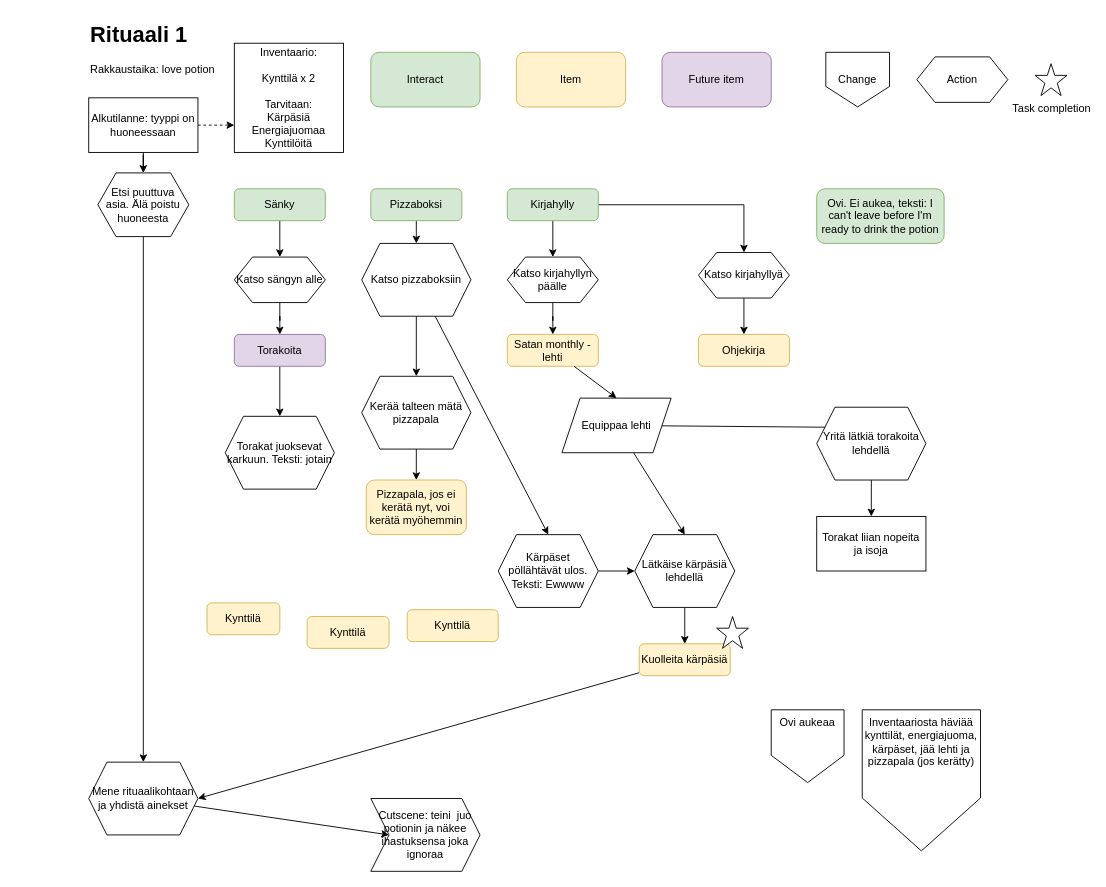
Earlier version of the draw.io diagram Rituaali1.drawio (nallemi/manaaja). Source tidied: cells renumbered, new cells numbered last; positions are measured from the earlier drawing's top-left corner, leaving out a move shared by most shapes. Both pictures are drawn from the tidied source at 91%, with x=0, y=0 at pixel (88, 15).
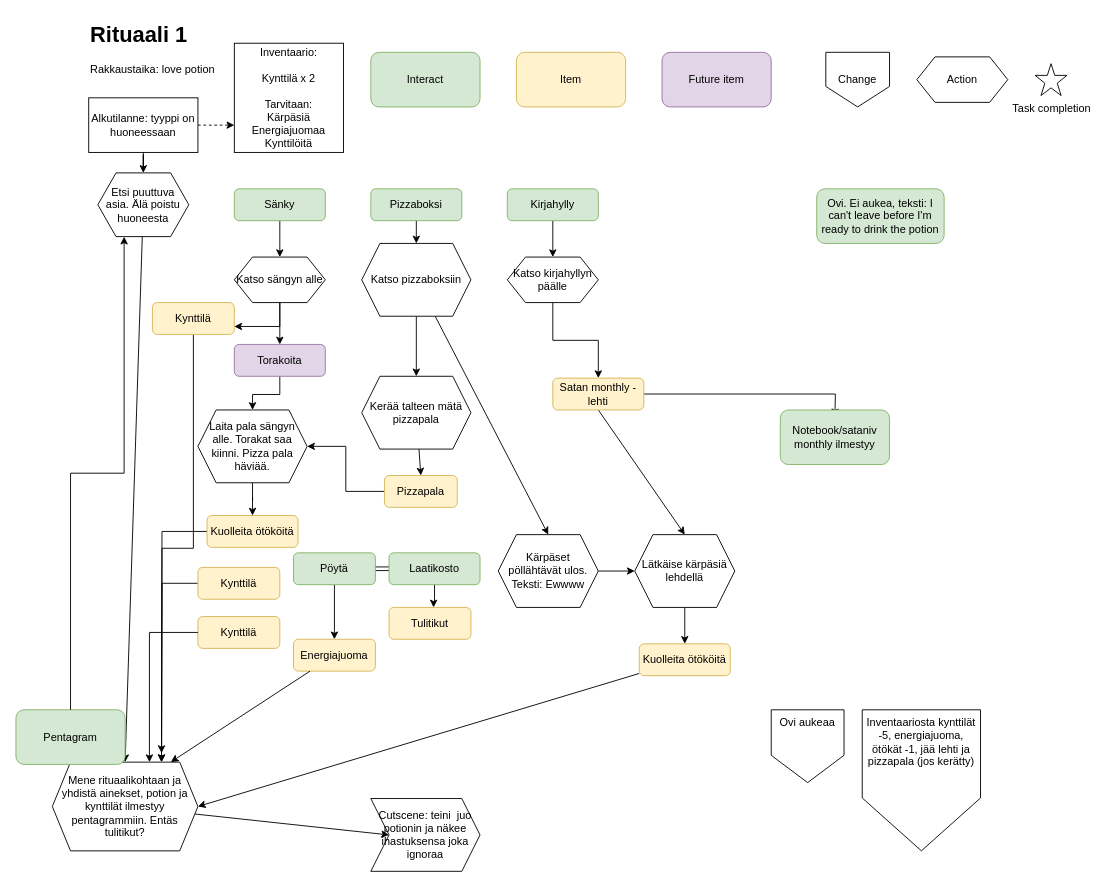
The same page after the edit.

The change refers to these unchanged cells:
```xml
<mxCell id="8" value="Etsi puuttuva asia. Älä poistu huoneesta" style="shape=hexagon;perimeter=hexagonPerimeter2;whiteSpace=wrap;html=1;shapeInside=1;fixedSize=1;" parent="1" vertex="1">
  <mxGeometry x="10" y="172.5" width="100" height="70" as="geometry" />
</mxCell>
<mxCell id="19" value="Katso sängyn alle" style="shape=hexagon;perimeter=hexagonPerimeter2;whiteSpace=wrap;html=1;shapeInside=1;fixedSize=1;" parent="1" vertex="1">
  <mxGeometry x="160" y="265" width="100" height="50" as="geometry" />
</mxCell>
<mxCell id="28" value="Kirjahylly" style="rounded=1;whiteSpace=wrap;html=1;roundedPerimeter=1;fillColor=#d5e8d4;strokeColor=#82b366;" parent="1" vertex="1">
  <mxGeometry x="460" y="190" width="100" height="35" as="geometry" />
</mxCell>
<mxCell id="40" value="Lätkäise kärpäsiä lehdellä" style="shape=hexagon;perimeter=hexagonPerimeter2;whiteSpace=wrap;html=1;shapeInside=1;fixedSize=1;" parent="1" vertex="1">
  <mxGeometry x="600" y="570" width="110" height="80" as="geometry" />
</mxCell>
```

Diff of the diagram source:
```diff
@@
     <mxCell id="14" value="Torakoita" style="rounded=1;whiteSpace=wrap;html=1;roundedPerimeter=1;fillColor=#e1d5e7;strokeColor=#9673a6;" parent="1" vertex="1">
-      <mxGeometry x="160" y="350" width="100" height="35" as="geometry" />
+      <mxGeometry x="160" y="361" width="100" height="35" as="geometry" />
     </mxCell>
@@
+    <mxCell id="62" style="edgeStyle=orthogonalEdgeStyle;rounded=0;jettySize=auto;html=1;entryX=1;entryY=0.75;entryDx=0;entryDy=0;" parent="1" edge="1" source="19" target="60">
+      <mxGeometry relative="1" as="geometry" />
+    </mxCell>
@@
+    <mxCell id="63" style="edgeStyle=orthogonalEdgeStyle;rounded=0;jettySize=auto;html=1;entryX=0.5;entryY=0;entryDx=0;entryDy=0;" parent="1" edge="1" source="20" target="79">
+      <mxGeometry relative="1" as="geometry" />
+    </mxCell>
-    <mxCell id="20" value="Torakat juoksevat karkuun. Teksti: jotain" style="shape=hexagon;perimeter=hexagonPerimeter2;whiteSpace=wrap;html=1;shapeInside=1;fixedSize=1;" parent="1" vertex="1">
-      <mxGeometry x="150" y="440" width="120" height="80" as="geometry" />
+    <mxCell id="20" value="Laita pala sängyn alle. Torakat saa kiinni. Pizza pala häviää." style="shape=hexagon;perimeter=hexagonPerimeter2;whiteSpace=wrap;html=1;shapeInside=1;fixedSize=1;" parent="1" vertex="1">
+      <mxGeometry x="120" y="433" width="120" height="80" as="geometry" />
     </mxCell>
-    <mxCell id="21" style="rounded=0;jettySize=auto;html=1;entryX=0.5;entryY=0;entryDx=0;entryDy=0;" parent="1" edge="1" source="43" target="40">
+    <mxCell id="21" style="rounded=0;jettySize=auto;html=1;entryX=0.5;entryY=0;entryDx=0;entryDy=0;exitX=0.5;exitY=1;exitDx=0;exitDy=0;" parent="1" edge="1" source="22" target="40">
       <mxGeometry relative="1" as="geometry" />
     </mxCell>
+    <mxCell id="64" style="edgeStyle=orthogonalEdgeStyle;rounded=0;jettySize=auto;html=1;" parent="1" edge="1" source="22">
+      <mxGeometry relative="1" as="geometry">
+        <mxPoint x="820" y="440" as="targetPoint" />
+      </mxGeometry>
+    </mxCell>
     <mxCell id="22" value="Satan monthly -lehti" style="rounded=1;whiteSpace=wrap;html=1;roundedPerimeter=1;fillColor=#fff2cc;strokeColor=#d6b656;" parent="1" vertex="1">
-      <mxGeometry x="460" y="350" width="100" height="35" as="geometry" />
+      <mxGeometry x="510" y="398" width="100" height="35" as="geometry" />
     </mxCell>
@@
+    <mxCell id="65" style="edgeStyle=orthogonalEdgeStyle;rounded=0;jettySize=auto;html=1;" parent="1" edge="1" source="25" target="20">
+      <mxGeometry relative="1" as="geometry" />
+    </mxCell>
-    <mxCell id="25" value="Pizzapala, jos ei kerätä nyt, voi kerätä myöhemmin" style="rounded=1;whiteSpace=wrap;html=1;roundedPerimeter=1;fillColor=#fff2cc;strokeColor=#d6b656;" parent="1" vertex="1">
-      <mxGeometry x="305" y="510" width="110" height="60" as="geometry" />
+    <mxCell id="25" value="Pizzapala" style="rounded=1;whiteSpace=wrap;html=1;roundedPerimeter=1;fillColor=#fff2cc;strokeColor=#d6b656;" parent="1" vertex="1">
+      <mxGeometry x="325" y="505" width="80" height="35" as="geometry" />
     </mxCell>
@@
-    <mxCell id="27" style="edgeStyle=orthogonalEdgeStyle;rounded=0;jettySize=auto;html=1;entryX=0.5;entryY=0;entryDx=0;entryDy=0;" parent="1" edge="1" source="28" target="33">
-      <mxGeometry relative="1" as="geometry" />
-    </mxCell>
@@
-    <mxCell id="31" value="Ohjekirja" style="rounded=1;whiteSpace=wrap;html=1;roundedPerimeter=1;fillColor=#fff2cc;strokeColor=#d6b656;" parent="1" vertex="1">
-      <mxGeometry x="670" y="350" width="100" height="35" as="geometry" />
-    </mxCell>
-    <mxCell id="32" style="edgeStyle=orthogonalEdgeStyle;rounded=0;jettySize=auto;html=1;" parent="1" edge="1" source="33" target="31">
-      <mxGeometry relative="1" as="geometry" />
-    </mxCell>
-    <mxCell id="33" value="Katso kirjahyllyä" style="shape=hexagon;perimeter=hexagonPerimeter2;whiteSpace=wrap;html=1;shapeInside=1;fixedSize=1;" parent="1" vertex="1">
-      <mxGeometry x="670" y="260" width="100" height="50" as="geometry" />
-    </mxCell>
@@
-    <mxCell id="41" style="rounded=0;jettySize=auto;html=1;entryX=0.5;entryY=0;entryDx=0;entryDy=0;" parent="1" edge="1" source="22" target="43">
-      <mxGeometry relative="1" as="geometry" />
-    </mxCell>
-    <mxCell id="42" style="rounded=0;jettySize=auto;html=1;entryX=1;entryY=0.25;entryDx=0;entryDy=0;" parent="1" edge="1" source="43" target="45">
-      <mxGeometry relative="1" as="geometry" />
-    </mxCell>
-    <mxCell id="43" value="Equippaa lehti" style="shape=parallelogram;perimeter=parallelogramPerimeter;whiteSpace=wrap;html=1;shapeInside=1;fixedSize=1;" parent="1" vertex="1">
-      <mxGeometry x="520" y="420" width="120" height="60" as="geometry" />
-    </mxCell>
-    <mxCell id="44" style="edgeStyle=orthogonalEdgeStyle;rounded=0;jettySize=auto;html=1;entryX=0.5;entryY=0;entryDx=0;entryDy=0;" parent="1" edge="1" source="45" target="48">
-      <mxGeometry relative="1" as="geometry" />
-    </mxCell>
-    <mxCell id="45" value="Yritä lätkiä torakoita lehdellä" style="shape=hexagon;perimeter=hexagonPerimeter2;whiteSpace=wrap;html=1;shapeInside=1;fixedSize=1;" parent="1" vertex="1">
-      <mxGeometry x="800" y="430" width="120" height="80" as="geometry" />
-    </mxCell>
@@
-    <mxCell id="47" value="Kuolleita kärpäsiä" style="rounded=1;whiteSpace=wrap;html=1;roundedPerimeter=1;fillColor=#fff2cc;strokeColor=#d6b656;" parent="1" vertex="1">
+    <mxCell id="47" value="Kuolleita ötököitä" style="rounded=1;whiteSpace=wrap;html=1;roundedPerimeter=1;fillColor=#fff2cc;strokeColor=#d6b656;" parent="1" vertex="1">
       <mxGeometry x="605" y="690" width="100" height="35" as="geometry" />
     </mxCell>
-    <mxCell id="48" value="Torakat liian nopeita ja isoja" style="rounded=0;whiteSpace=wrap;html=1;" parent="1" vertex="1">
-      <mxGeometry x="800" y="550" width="120" height="60" as="geometry" />
-    </mxCell>
-    <mxCell id="49" style="verticalLabelPosition=bottom;verticalAlign=top;html=1;shape=mxgraph.basic.star;" parent="1" vertex="1">
-      <mxGeometry x="690" y="660" width="35" height="35" as="geometry" />
-    </mxCell>
@@
-    <mxCell id="51" value="Mene rituaalikohtaan ja yhdistä ainekset" style="shape=hexagon;perimeter=hexagonPerimeter2;whiteSpace=wrap;html=1;shapeInside=1;fixedSize=1;" parent="1" vertex="1">
-      <mxGeometry y="820" width="120" height="80" as="geometry" />
+    <mxCell id="51" value="Mene rituaalikohtaan ja yhdistä ainekset, potion ja kynttilät ilmestyy pentagrammiin. Entäs tulitikut?" style="shape=hexagon;perimeter=hexagonPerimeter2;whiteSpace=wrap;html=1;shapeInside=1;fixedSize=1;" parent="1" vertex="1">
+      <mxGeometry x="-40" y="820" width="160" height="97.5" as="geometry" />
     </mxCell>
@@
-    <mxCell id="55" value="Inventaariosta häviää kynttilät, energiajuoma, kärpäset, jää lehti ja pizzapala (jos kerätty)" style="shape=offPageConnector;whiteSpace=wrap;html=1;verticalAlign=top;" parent="1" vertex="1">
+    <mxCell id="55" value="Inventaariosta kynttilät -5, energiajuoma, ötökät -1, jää lehti ja pizzapala (jos kerätty)" style="shape=offPageConnector;whiteSpace=wrap;html=1;verticalAlign=top;" parent="1" vertex="1">
       <mxGeometry x="850" y="762.5" width="130" height="155" as="geometry" />
     </mxCell>
@@
     <mxCell id="59" value="Kynttilä" style="rounded=1;whiteSpace=wrap;html=1;roundedPerimeter=1;fillColor=#fff2cc;strokeColor=#d6b656;" parent="1" vertex="1">
-      <mxGeometry x="130" y="645" width="80" height="35" as="geometry" />
+      <mxGeometry x="120" y="660" width="90" height="35" as="geometry" />
     </mxCell>
+    <mxCell id="66" style="edgeStyle=orthogonalEdgeStyle;rounded=0;jettySize=auto;html=1;" parent="1" edge="1" source="60">
+      <mxGeometry relative="1" as="geometry">
+        <mxPoint x="80" y="820" as="targetPoint" />
+      </mxGeometry>
+    </mxCell>
     <mxCell id="60" value="Kynttilä" style="rounded=1;whiteSpace=wrap;html=1;roundedPerimeter=1;fillColor=#fff2cc;strokeColor=#d6b656;" parent="1" vertex="1">
-      <mxGeometry x="240" y="660" width="90" height="35" as="geometry" />
+      <mxGeometry x="70" y="315" width="90" height="35" as="geometry" />
     </mxCell>
+    <mxCell id="67" style="edgeStyle=orthogonalEdgeStyle;rounded=0;jettySize=auto;html=1;" parent="1" edge="1" source="61">
+      <mxGeometry relative="1" as="geometry">
+        <mxPoint x="80" y="820" as="targetPoint" />
+      </mxGeometry>
+    </mxCell>
     <mxCell id="61" value="Kynttilä" style="rounded=1;whiteSpace=wrap;html=1;roundedPerimeter=1;fillColor=#fff2cc;strokeColor=#d6b656;" parent="1" vertex="1">
-      <mxGeometry x="350" y="652.5" width="100" height="35" as="geometry" />
+      <mxGeometry x="120" y="606" width="90" height="35" as="geometry" />
     </mxCell>
+    <mxCell id="68" style="edgeStyle=orthogonalEdgeStyle;rounded=0;jettySize=auto;html=1;entryX=0.667;entryY=0;entryDx=0;entryDy=0;entryPerimeter=0;exitX=0;exitY=0.5;exitDx=0;exitDy=0;" parent="1" edge="1" source="59" target="51">
+      <mxGeometry relative="1" as="geometry" />
+    </mxCell>
+    <mxCell id="69" value="Pentagram" style="rounded=1;whiteSpace=wrap;html=1;roundedPerimeter=1;fillColor=#d5e8d4;strokeColor=#82b366;" parent="1" vertex="1">
+      <mxGeometry x="-80" y="762.5" width="120" height="60" as="geometry" />
+    </mxCell>
+    <mxCell id="70" style="edgeStyle=orthogonalEdgeStyle;rounded=0;jettySize=auto;html=1;entryX=0.289;entryY=1.002;entryDx=0;entryDy=0;entryPerimeter=0;" parent="1" edge="1" source="69" target="8">
+      <mxGeometry relative="1" as="geometry" />
+    </mxCell>
+    <mxCell id="71" value="Energiajuoma" style="rounded=1;whiteSpace=wrap;html=1;roundedPerimeter=1;fillColor=#fff2cc;strokeColor=#d6b656;" parent="1" vertex="1">
+      <mxGeometry x="225" y="685" width="90" height="35" as="geometry" />
+    </mxCell>
+    <mxCell id="72" style="rounded=0;jettySize=auto;html=1;entryX=0.814;entryY=-0.001;entryDx=0;entryDy=0;entryPerimeter=0;" parent="1" edge="1" source="71" target="51">
+      <mxGeometry relative="1" as="geometry" />
+    </mxCell>
+    <mxCell id="73" style="edgeStyle=orthogonalEdgeStyle;rounded=0;jettySize=auto;html=1;" parent="1" edge="1" source="75" target="71">
+      <mxGeometry relative="1" as="geometry" />
+    </mxCell>
+    <mxCell id="74" style="edgeStyle=orthogonalEdgeStyle;rounded=0;jettySize=auto;html=1;shape=link;" parent="1" edge="1" source="75" target="77">
+      <mxGeometry relative="1" as="geometry" />
+    </mxCell>
+    <mxCell id="75" value="Pöytä" style="rounded=1;whiteSpace=wrap;html=1;roundedPerimeter=1;fillColor=#d5e8d4;strokeColor=#82b366;" parent="1" vertex="1">
+      <mxGeometry x="225" y="590" width="90" height="35" as="geometry" />
+    </mxCell>
+    <mxCell id="76" style="edgeStyle=orthogonalEdgeStyle;rounded=0;jettySize=auto;html=1;entryX=0.547;entryY=-0.034;entryDx=0;entryDy=0;" parent="1" edge="1" source="77" target="81">
+      <mxGeometry relative="1" as="geometry" />
+    </mxCell>
+    <mxCell id="77" value="Laatikosto" style="rounded=1;whiteSpace=wrap;html=1;roundedPerimeter=1;fillColor=#d5e8d4;strokeColor=#82b366;" parent="1" vertex="1">
+      <mxGeometry x="330" y="590" width="100" height="35" as="geometry" />
+    </mxCell>
+    <mxCell id="78" style="edgeStyle=orthogonalEdgeStyle;rounded=0;jettySize=auto;html=1;" parent="1" edge="1" source="79">
+      <mxGeometry relative="1" as="geometry">
+        <mxPoint x="80" y="810" as="targetPoint" />
+      </mxGeometry>
+    </mxCell>
+    <mxCell id="79" value="Kuolleita ötököitä" style="rounded=1;whiteSpace=wrap;html=1;roundedPerimeter=1;fillColor=#fff2cc;strokeColor=#d6b656;" parent="1" vertex="1">
+      <mxGeometry x="130" y="549" width="100" height="35" as="geometry" />
+    </mxCell>
+    <mxCell id="80" value="Notebook/sataniv monthly ilmestyy" style="rounded=1;whiteSpace=wrap;html=1;roundedPerimeter=1;fillColor=#d5e8d4;strokeColor=#82b366;" parent="1" vertex="1">
+      <mxGeometry x="760" y="433" width="120" height="60" as="geometry" />
+    </mxCell>
+    <mxCell id="81" value="Tulitikut" style="rounded=1;whiteSpace=wrap;html=1;roundedPerimeter=1;fillColor=#fff2cc;strokeColor=#d6b656;" parent="1" vertex="1">
+      <mxGeometry x="330" y="650" width="90" height="35" as="geometry" />
+    </mxCell>
```
